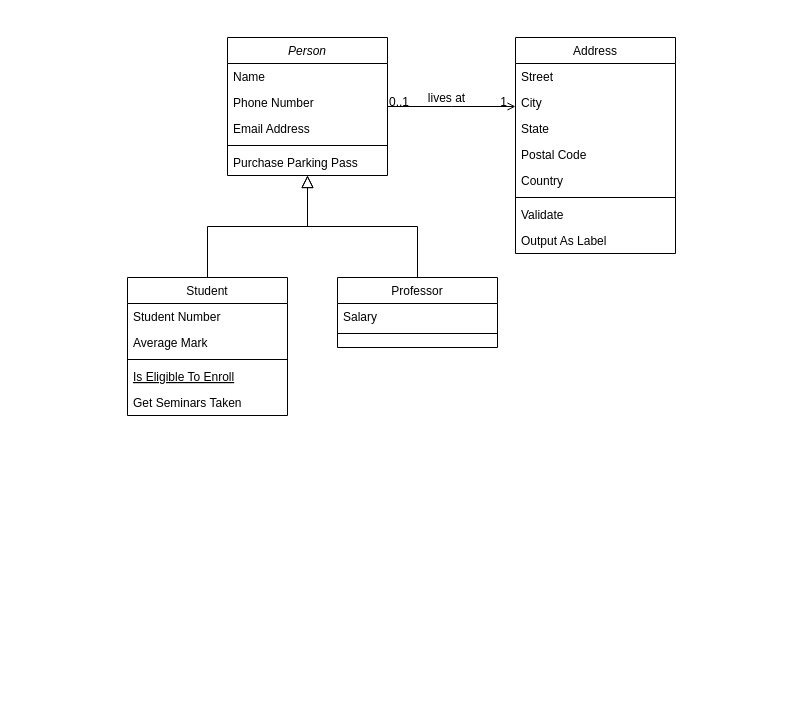
The draw.io diagram IoT/happyhouse.drawio in woorim1022/TIL, before the edit. Source tidied: cells renumbered, new cells numbered last; positions are measured from the earlier drawing's top-left corner, leaving out a move shared by most shapes. Both pictures are drawn from the tidied source at 100%, with x=0, y=0 at pixel (127, 37).
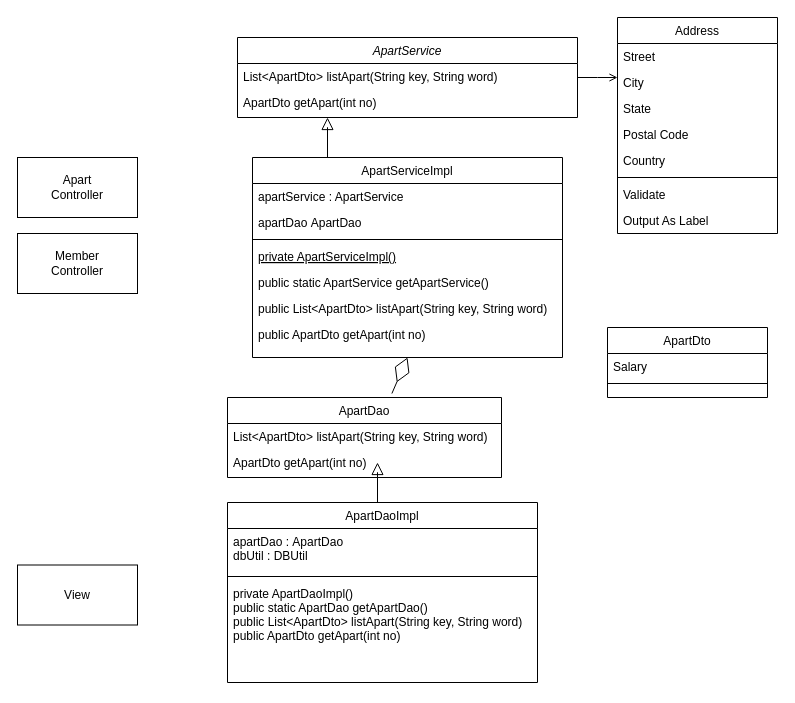
Above is the later version.

The change refers to these unchanged cells:
```xml
<mxCell id="28" style="endArrow=open;shadow=0;strokeWidth=1;rounded=0;endFill=1;edgeStyle=elbowEdgeStyle;elbow=vertical;" parent="1" edge="1" source="2" target="19">
  <mxGeometry x="0.5" y="41" relative="1" as="geometry">
    <mxPoint x="-40" y="32" as="offset" />
  </mxGeometry>
</mxCell>
```

What changed in the source:
```diff
@@
-    <mxCell id="2" value="Person" style="swimlane;fontStyle=2;align=center;verticalAlign=top;horizontal=1;startSize=26;rounded=0;shadow=0;strokeWidth=1;" parent="1" vertex="1">
-      <mxGeometry x="100" width="160" height="138" as="geometry" />
+    <mxCell id="2" value="ApartService&#10;" style="swimlane;fontStyle=2;align=center;verticalAlign=top;horizontal=1;startSize=26;rounded=0;shadow=0;strokeWidth=1;" parent="1" vertex="1">
+      <mxGeometry x="110" width="340" height="80" as="geometry" />
     </mxCell>
-    <mxCell id="3" value="Name" style="text;align=left;verticalAlign=top;spacingLeft=4;spacingRight=4;overflow=hidden;" parent="2" vertex="1">
-      <mxGeometry y="26" width="160" height="26" as="geometry" />
+    <mxCell id="3" value=" List&lt;ApartDto&gt; listApart(String key, String word) &#10;" style="text;align=left;verticalAlign=top;spacingLeft=4;spacingRight=4;overflow=hidden;" parent="2" vertex="1">
+      <mxGeometry y="26" width="340" height="26" as="geometry" />
     </mxCell>
-    <mxCell id="4" value="Phone Number" style="text;align=left;verticalAlign=top;spacingLeft=4;spacingRight=4;overflow=hidden;rounded=0;shadow=0;html=0;" parent="2" vertex="1">
-      <mxGeometry y="52" width="160" height="26" as="geometry" />
+    <mxCell id="4" value=" ApartDto getApart(int no) " style="text;align=left;verticalAlign=top;spacingLeft=4;spacingRight=4;overflow=hidden;rounded=0;shadow=0;html=0;" parent="2" vertex="1">
+      <mxGeometry y="52" width="340" height="26" as="geometry" />
     </mxCell>
-    <mxCell id="5" value="Email Address" style="text;align=left;verticalAlign=top;spacingLeft=4;spacingRight=4;overflow=hidden;rounded=0;shadow=0;html=0;" parent="2" vertex="1">
-      <mxGeometry y="78" width="160" height="26" as="geometry" />
-    </mxCell>
-    <mxCell id="6" style="line;html=1;strokeWidth=1;align=left;verticalAlign=middle;spacingTop=-1;spacingLeft=3;spacingRight=3;labelPosition=right;" parent="2" vertex="1">
-      <mxGeometry y="104" width="160" height="8" as="geometry" />
-    </mxCell>
-    <mxCell id="7" value="Purchase Parking Pass" style="text;align=left;verticalAlign=top;spacingLeft=4;spacingRight=4;overflow=hidden;" parent="2" vertex="1">
-      <mxGeometry y="112" width="160" height="26" as="geometry" />
-    </mxCell>
-    <mxCell id="8" value="Student" style="swimlane;fontStyle=0;align=center;verticalAlign=top;horizontal=1;startSize=26;rounded=0;shadow=0;strokeWidth=1;" parent="1" vertex="1">
-      <mxGeometry y="240" width="160" height="138" as="geometry" />
+    <mxCell id="8" value="ApartServiceImpl&#10;" style="swimlane;fontStyle=0;align=center;verticalAlign=top;horizontal=1;startSize=26;rounded=0;shadow=0;strokeWidth=1;" parent="1" vertex="1">
+      <mxGeometry x="125" y="120" width="310" height="200" as="geometry" />
     </mxCell>
-    <mxCell id="9" value="Student Number" style="text;align=left;verticalAlign=top;spacingLeft=4;spacingRight=4;overflow=hidden;" parent="8" vertex="1">
-      <mxGeometry y="26" width="160" height="26" as="geometry" />
+    <mxCell id="9" value="apartService : ApartService" style="text;align=left;verticalAlign=top;spacingLeft=4;spacingRight=4;overflow=hidden;" parent="8" vertex="1">
+      <mxGeometry y="26" width="310" height="26" as="geometry" />
     </mxCell>
-    <mxCell id="10" value="Average Mark" style="text;align=left;verticalAlign=top;spacingLeft=4;spacingRight=4;overflow=hidden;rounded=0;shadow=0;html=0;" parent="8" vertex="1">
-      <mxGeometry y="52" width="160" height="26" as="geometry" />
+    <mxCell id="10" value="apartDao ApartDao" style="text;align=left;verticalAlign=top;spacingLeft=4;spacingRight=4;overflow=hidden;rounded=0;shadow=0;html=0;" parent="8" vertex="1">
+      <mxGeometry y="52" width="310" height="26" as="geometry" />
     </mxCell>
     <mxCell id="11" style="line;html=1;strokeWidth=1;align=left;verticalAlign=middle;spacingTop=-1;spacingLeft=3;spacingRight=3;labelPosition=right;" parent="8" vertex="1">
-      <mxGeometry y="78" width="160" height="8" as="geometry" />
+      <mxGeometry y="78" width="310" height="8" as="geometry" />
     </mxCell>
-    <mxCell id="12" value="Is Eligible To Enroll" style="text;align=left;verticalAlign=top;spacingLeft=4;spacingRight=4;overflow=hidden;fontStyle=4;" parent="8" vertex="1">
-      <mxGeometry y="86" width="160" height="26" as="geometry" />
+    <mxCell id="12" value="private ApartServiceImpl()" style="text;align=left;verticalAlign=top;spacingLeft=4;spacingRight=4;overflow=hidden;fontStyle=4;" parent="8" vertex="1">
+      <mxGeometry y="86" width="310" height="26" as="geometry" />
     </mxCell>
-    <mxCell id="13" value="Get Seminars Taken" style="text;align=left;verticalAlign=top;spacingLeft=4;spacingRight=4;overflow=hidden;" parent="8" vertex="1">
-      <mxGeometry y="112" width="160" height="26" as="geometry" />
+    <mxCell id="13" value=" public static ApartService getApartService()" style="text;align=left;verticalAlign=top;spacingLeft=4;spacingRight=4;overflow=hidden;" parent="8" vertex="1">
+      <mxGeometry y="112" width="310" height="26" as="geometry" />
     </mxCell>
-    <mxCell id="14" style="endArrow=block;endSize=10;endFill=0;shadow=0;strokeWidth=1;rounded=0;edgeStyle=elbowEdgeStyle;elbow=vertical;" parent="1" edge="1" source="8" target="2">
-      <mxGeometry relative="1" as="geometry" />
-    </mxCell>
+    <mxCell id="32" value=" public List&lt;ApartDto&gt; listApart(String key, String word)" style="text;align=left;verticalAlign=top;spacingLeft=4;spacingRight=4;overflow=hidden;" parent="8" vertex="1">
+      <mxGeometry y="138" width="310" height="26" as="geometry" />
+    </mxCell>
+    <mxCell id="33" value=" public ApartDto getApart(int no)" style="text;align=left;verticalAlign=top;spacingLeft=4;spacingRight=4;overflow=hidden;" parent="8" vertex="1">
+      <mxGeometry y="164" width="310" height="26" as="geometry" />
+    </mxCell>
-    <mxCell id="15" value="Professor" style="swimlane;fontStyle=0;align=center;verticalAlign=top;horizontal=1;startSize=26;rounded=0;shadow=0;strokeWidth=1;" parent="1" vertex="1">
-      <mxGeometry x="210" y="240" width="160" height="70" as="geometry" />
+    <mxCell id="15" value="ApartDto&#10;" style="swimlane;fontStyle=0;align=center;verticalAlign=top;horizontal=1;startSize=26;rounded=0;shadow=0;strokeWidth=1;" parent="1" vertex="1">
+      <mxGeometry x="480" y="290" width="160" height="70" as="geometry" />
     </mxCell>
@@
-    <mxCell id="18" style="endArrow=block;endSize=10;endFill=0;shadow=0;strokeWidth=1;rounded=0;edgeStyle=elbowEdgeStyle;elbow=vertical;" parent="1" edge="1" source="15" target="2">
-      <mxGeometry relative="1" as="geometry" />
+    <mxCell id="18" style="endArrow=block;endSize=10;endFill=0;shadow=0;strokeWidth=1;rounded=0;edgeStyle=elbowEdgeStyle;elbow=vertical;" parent="1" edge="1" source="8" target="2">
+      <mxGeometry relative="1" as="geometry">
+        <Array as="points">
+          <mxPoint x="200" y="90" />
+          <mxPoint x="55" y="160" />
+        </Array>
+      </mxGeometry>
     </mxCell>
     <mxCell id="19" value="Address" style="swimlane;fontStyle=0;align=center;verticalAlign=top;horizontal=1;startSize=26;rounded=0;shadow=0;strokeWidth=1;" parent="1" vertex="1">
-      <mxGeometry x="388" width="160" height="216" as="geometry" />
+      <mxGeometry x="490" y="-20" width="160" height="216" as="geometry" />
     </mxCell>
@@
-    <mxCell id="29" value="0..1" style="align=left;verticalAlign=bottom;labelBackgroundColor=none;fontSize=12;" parent="28" vertex="1">
-      <mxGeometry x="-1" relative="1" as="geometry">
-        <mxPoint y="4" as="offset" />
-      </mxGeometry>
-    </mxCell>
-    <mxCell id="30" value="1" style="align=right;verticalAlign=bottom;labelBackgroundColor=none;fontSize=12;" parent="28" vertex="1">
-      <mxGeometry x="1" relative="1" as="geometry">
-        <mxPoint x="-7" y="4" as="offset" />
-      </mxGeometry>
-    </mxCell>
-    <mxCell id="31" value="lives at" style="text;html=1;align=center;verticalAlign=middle;labelBackgroundColor=none;rounded=0;shadow=0;strokeWidth=1;fontSize=12;" parent="28" vertex="1">
-      <mxGeometry x="0.5" y="49" relative="1" as="geometry">
-        <mxPoint x="-38" y="40" as="offset" />
-      </mxGeometry>
-    </mxCell>
+    <mxCell id="34" value="ApartDaoImpl&#10;" style="swimlane;fontStyle=0;align=center;verticalAlign=top;horizontal=1;startSize=26;rounded=0;shadow=0;strokeWidth=1;" parent="1" vertex="1">
+      <mxGeometry x="100" y="465" width="310" height="180" as="geometry" />
+    </mxCell>
+    <mxCell id="35" value="apartDao : ApartDao&#10;dbUtil : DBUtil" style="text;align=left;verticalAlign=top;spacingLeft=4;spacingRight=4;overflow=hidden;" parent="34" vertex="1">
+      <mxGeometry y="26" width="310" height="44" as="geometry" />
+    </mxCell>
+    <mxCell id="36" style="line;html=1;strokeWidth=1;align=left;verticalAlign=middle;spacingTop=-1;spacingLeft=3;spacingRight=3;labelPosition=right;" parent="34" vertex="1">
+      <mxGeometry y="70" width="310" height="8" as="geometry" />
+    </mxCell>
+    <mxCell id="37" value="private ApartDaoImpl()&#10;public static ApartDao getApartDao()&#10;public List&lt;ApartDto&gt; listApart(String key, String word)&#10;public ApartDto getApart(int no)&#10;" style="text;align=left;verticalAlign=top;spacingLeft=4;spacingRight=4;overflow=hidden;" parent="34" vertex="1">
+      <mxGeometry y="78" width="310" height="102" as="geometry" />
+    </mxCell>
+    <mxCell id="38" value="ApartDao&#10;" style="swimlane;fontStyle=0;align=center;verticalAlign=top;horizontal=1;startSize=26;rounded=0;shadow=0;strokeWidth=1;" parent="1" vertex="1">
+      <mxGeometry x="100" y="360" width="274" height="80" as="geometry" />
+    </mxCell>
+    <mxCell id="39" value="List&lt;ApartDto&gt; listApart(String key, String word)" style="text;align=left;verticalAlign=top;spacingLeft=4;spacingRight=4;overflow=hidden;" parent="38" vertex="1">
+      <mxGeometry y="26" width="274" height="26" as="geometry" />
+    </mxCell>
+    <mxCell id="40" value="ApartDto getApart(int no)" style="text;align=left;verticalAlign=top;spacingLeft=4;spacingRight=4;overflow=hidden;" parent="38" vertex="1">
+      <mxGeometry y="52" width="274" height="26" as="geometry" />
+    </mxCell>
+    <mxCell id="41" value="Apart&lt;br&gt;Controller" style="whiteSpace=wrap;html=1;" parent="1" vertex="1">
+      <mxGeometry x="-110" y="120" width="120" height="60" as="geometry" />
+    </mxCell>
+    <mxCell id="42" value="Member&lt;br&gt;Controller" style="whiteSpace=wrap;html=1;" parent="1" vertex="1">
+      <mxGeometry x="-110" y="196" width="120" height="60" as="geometry" />
+    </mxCell>
+    <mxCell id="43" value="View" style="whiteSpace=wrap;html=1;" parent="1" vertex="1">
+      <mxGeometry x="-110" y="527.5" width="120" height="60" as="geometry" />
+    </mxCell>
+    <mxCell id="44" style="endArrow=block;endSize=10;endFill=0;shadow=0;strokeWidth=1;rounded=0;edgeStyle=elbowEdgeStyle;elbow=vertical;" parent="1" edge="1">
+      <mxGeometry relative="1" as="geometry">
+        <mxPoint x="250" y="465" as="sourcePoint" />
+        <mxPoint x="250" y="425" as="targetPoint" />
+        <Array as="points">
+          <mxPoint x="250" y="435" />
+          <mxPoint x="105" y="505" />
+        </Array>
+      </mxGeometry>
+    </mxCell>
+    <mxCell id="45" style="endArrow=diamondThin;endFill=0;endSize=24;html=1;rounded=0;exitX=0.6;exitY=-0.05;exitDx=0;exitDy=0;exitPerimeter=0;entryX=0.5;entryY=1;entryDx=0;entryDy=0;" parent="1" edge="1" source="38" target="8">
+      <mxGeometry relative="1" as="geometry" />
+    </mxCell>
```
